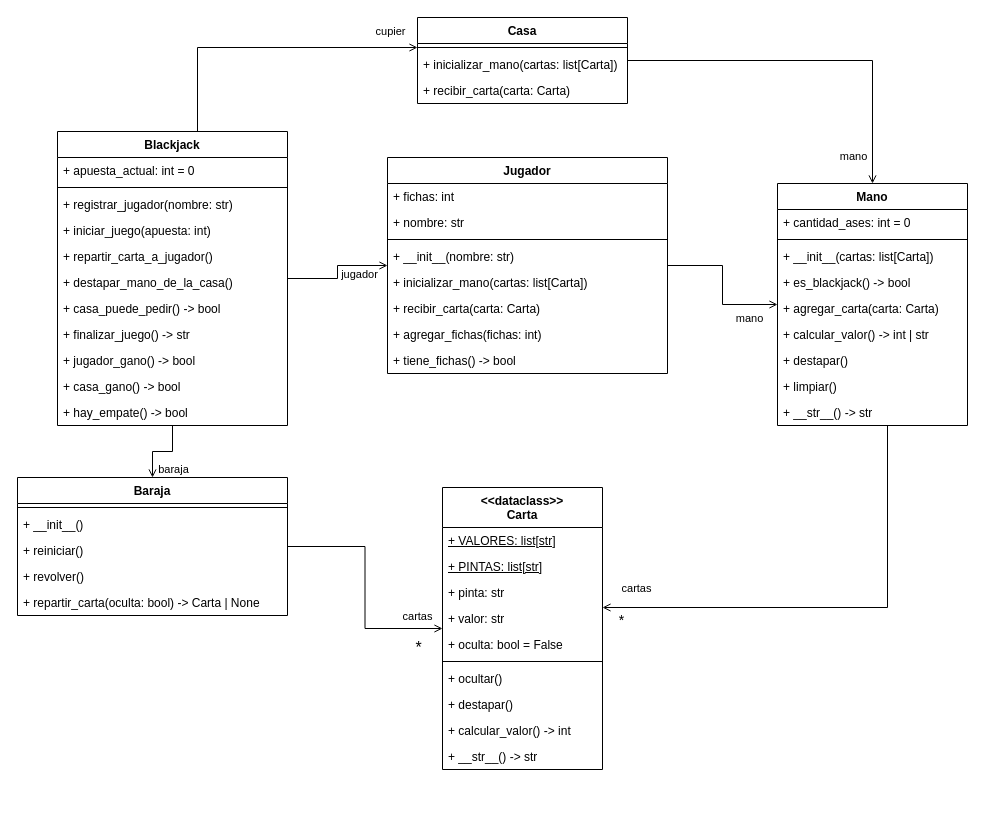
Earlier version of the draw.io diagram page "Modelo diseño v1" (2 of 2) of docs/class-model-blackjack.drawio (jahlonteaching/blackjack-game-2025). Source tidied: cells renumbered, new cells numbered last; positions are measured from the earlier drawing's top-left corner, leaving out a move shared by most shapes. Both pictures are drawn from the tidied source at 100%, with x=0, y=0 at pixel (17, 17).
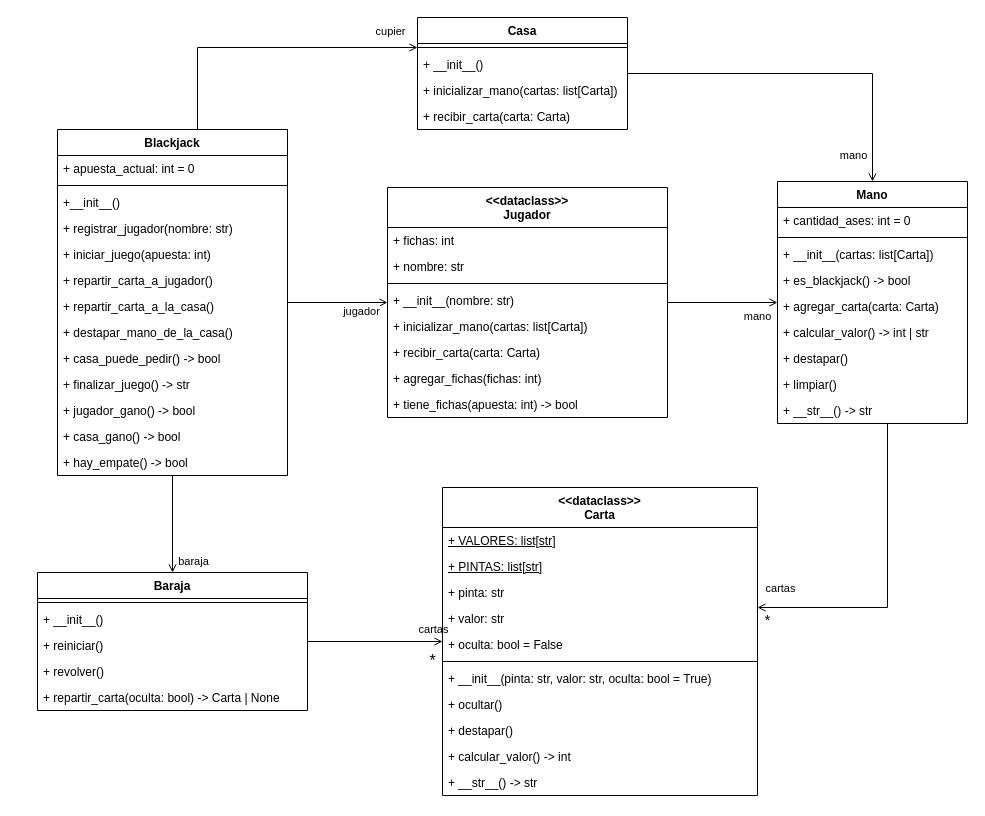
The same diagram, later.

Commit message:
Update class model

The edit, as a diff of the source:
```diff
@@
     <mxCell id="8" value="Blackjack" style="swimlane;fontStyle=1;align=center;verticalAlign=top;horizontal=1;startSize=26;whiteSpace=wrap;html=1;" parent="1" vertex="1">
-      <mxGeometry x="40" y="114" width="230" height="294" as="geometry" />
+      <mxGeometry x="40" y="112" width="230" height="346" as="geometry" />
     </mxCell>
@@
+    <mxCell id="70" value="+__init__()" style="text;strokeColor=none;fillColor=none;align=left;verticalAlign=top;spacingLeft=4;spacingRight=4;overflow=hidden;whiteSpace=wrap;html=1;" parent="8" vertex="1">
+      <mxGeometry y="60" width="230" height="26" as="geometry" />
+    </mxCell>
     <mxCell id="11" value="+ registrar_jugador(nombre: str)" style="text;strokeColor=none;fillColor=none;align=left;verticalAlign=top;spacingLeft=4;spacingRight=4;overflow=hidden;whiteSpace=wrap;html=1;" parent="8" vertex="1">
-      <mxGeometry y="60" width="230" height="26" as="geometry" />
+      <mxGeometry y="86" width="230" height="26" as="geometry" />
     </mxCell>
     <mxCell id="12" value="+ iniciar_juego(apuesta: int)" style="text;strokeColor=none;fillColor=none;align=left;verticalAlign=top;spacingLeft=4;spacingRight=4;overflow=hidden;whiteSpace=wrap;html=1;" parent="8" vertex="1">
-      <mxGeometry y="86" width="230" height="26" as="geometry" />
+      <mxGeometry y="112" width="230" height="26" as="geometry" />
     </mxCell>
     <mxCell id="13" value="+ repartir_carta_a_jugador()" style="text;strokeColor=none;fillColor=none;align=left;verticalAlign=top;spacingLeft=4;spacingRight=4;overflow=hidden;whiteSpace=wrap;html=1;" parent="8" vertex="1">
-      <mxGeometry y="112" width="230" height="26" as="geometry" />
+      <mxGeometry y="138" width="230" height="26" as="geometry" />
     </mxCell>
+    <mxCell id="71" value="+ repartir_carta_a_la_casa()" style="text;strokeColor=none;fillColor=none;align=left;verticalAlign=top;spacingLeft=4;spacingRight=4;overflow=hidden;whiteSpace=wrap;html=1;" parent="8" vertex="1">
+      <mxGeometry y="164" width="230" height="26" as="geometry" />
+    </mxCell>
     <mxCell id="14" value="+ destapar_mano_de_la_casa()" style="text;strokeColor=none;fillColor=none;align=left;verticalAlign=top;spacingLeft=4;spacingRight=4;overflow=hidden;whiteSpace=wrap;html=1;" parent="8" vertex="1">
-      <mxGeometry y="138" width="230" height="26" as="geometry" />
+      <mxGeometry y="190" width="230" height="26" as="geometry" />
     </mxCell>
     <mxCell id="15" value="+ casa_puede_pedir() -&amp;gt; bool" style="text;strokeColor=none;fillColor=none;align=left;verticalAlign=top;spacingLeft=4;spacingRight=4;overflow=hidden;whiteSpace=wrap;html=1;" parent="8" vertex="1">
-      <mxGeometry y="164" width="230" height="26" as="geometry" />
+      <mxGeometry y="216" width="230" height="26" as="geometry" />
     </mxCell>
     <mxCell id="16" value="+ finalizar_juego() -&amp;gt; str" style="text;strokeColor=none;fillColor=none;align=left;verticalAlign=top;spacingLeft=4;spacingRight=4;overflow=hidden;whiteSpace=wrap;html=1;" parent="8" vertex="1">
-      <mxGeometry y="190" width="230" height="26" as="geometry" />
+      <mxGeometry y="242" width="230" height="26" as="geometry" />
     </mxCell>
     <mxCell id="17" value="+ jugador_gano() -&amp;gt; bool" style="text;strokeColor=none;fillColor=none;align=left;verticalAlign=top;spacingLeft=4;spacingRight=4;overflow=hidden;whiteSpace=wrap;html=1;" parent="8" vertex="1">
-      <mxGeometry y="216" width="230" height="26" as="geometry" />
+      <mxGeometry y="268" width="230" height="26" as="geometry" />
     </mxCell>
     <mxCell id="18" value="+ casa_gano() -&amp;gt; bool" style="text;strokeColor=none;fillColor=none;align=left;verticalAlign=top;spacingLeft=4;spacingRight=4;overflow=hidden;whiteSpace=wrap;html=1;" parent="8" vertex="1">
-      <mxGeometry y="242" width="230" height="26" as="geometry" />
+      <mxGeometry y="294" width="230" height="26" as="geometry" />
     </mxCell>
     <mxCell id="19" value="+ hay_empate() -&amp;gt; bool" style="text;strokeColor=none;fillColor=none;align=left;verticalAlign=top;spacingLeft=4;spacingRight=4;overflow=hidden;whiteSpace=wrap;html=1;" parent="8" vertex="1">
-      <mxGeometry y="268" width="230" height="26" as="geometry" />
+      <mxGeometry y="320" width="230" height="26" as="geometry" />
     </mxCell>
@@
     <mxCell id="23" value="Baraja" style="swimlane;fontStyle=1;align=center;verticalAlign=top;horizontal=1;startSize=26;whiteSpace=wrap;html=1;" parent="1" vertex="1">
-      <mxGeometry y="460" width="270" height="138" as="geometry" />
+      <mxGeometry x="20" y="555" width="270" height="138" as="geometry" />
     </mxCell>
@@
-    <mxCell id="31" value="Jugador" style="swimlane;fontStyle=1;align=center;verticalAlign=top;horizontal=1;startSize=26;whiteSpace=wrap;html=1;" parent="1" vertex="1">
-      <mxGeometry x="370" y="140" width="280" height="216" as="geometry" />
+    <mxCell id="31" value="&amp;lt;&amp;lt;dataclass&amp;gt;&amp;gt;&lt;br&gt;Jugador" style="swimlane;fontStyle=1;align=center;verticalAlign=top;horizontal=1;startSize=40;whiteSpace=wrap;html=1;" parent="1" vertex="1">
+      <mxGeometry x="370" y="170" width="280" height="230" as="geometry" />
     </mxCell>
     <mxCell id="32" value="+ fichas: int" style="text;strokeColor=none;fillColor=none;align=left;verticalAlign=top;spacingLeft=4;spacingRight=4;overflow=hidden;whiteSpace=wrap;html=1;" parent="31" vertex="1">
-      <mxGeometry y="26" width="280" height="26" as="geometry" />
+      <mxGeometry y="40" width="280" height="26" as="geometry" />
     </mxCell>
     <mxCell id="33" value="+ nombre: str" style="text;strokeColor=none;fillColor=none;align=left;verticalAlign=top;spacingLeft=4;spacingRight=4;overflow=hidden;whiteSpace=wrap;html=1;" parent="31" vertex="1">
-      <mxGeometry y="52" width="280" height="26" as="geometry" />
+      <mxGeometry y="66" width="280" height="26" as="geometry" />
     </mxCell>
     <mxCell id="34" style="line;strokeWidth=1;fillColor=none;align=left;verticalAlign=middle;spacingTop=-1;spacingLeft=3;spacingRight=3;labelPosition=right;strokeColor=inherit;" parent="31" vertex="1">
-      <mxGeometry y="78" width="280" height="8" as="geometry" />
+      <mxGeometry y="92" width="280" height="8" as="geometry" />
     </mxCell>
     <mxCell id="35" value="+ __init__(nombre: str)" style="text;strokeColor=none;fillColor=none;align=left;verticalAlign=top;spacingLeft=4;spacingRight=4;overflow=hidden;whiteSpace=wrap;html=1;" parent="31" vertex="1">
-      <mxGeometry y="86" width="280" height="26" as="geometry" />
+      <mxGeometry y="100" width="280" height="26" as="geometry" />
     </mxCell>
     <mxCell id="36" value="+ inicializar_mano(cartas: list[Carta])" style="text;strokeColor=none;fillColor=none;align=left;verticalAlign=top;spacingLeft=4;spacingRight=4;overflow=hidden;whiteSpace=wrap;html=1;" parent="31" vertex="1">
-      <mxGeometry y="112" width="280" height="26" as="geometry" />
+      <mxGeometry y="126" width="280" height="26" as="geometry" />
     </mxCell>
     <mxCell id="37" value="+ recibir_carta(carta: Carta)" style="text;strokeColor=none;fillColor=none;align=left;verticalAlign=top;spacingLeft=4;spacingRight=4;overflow=hidden;whiteSpace=wrap;html=1;" parent="31" vertex="1">
-      <mxGeometry y="138" width="280" height="26" as="geometry" />
+      <mxGeometry y="152" width="280" height="26" as="geometry" />
     </mxCell>
     <mxCell id="38" value="+ agregar_fichas(fichas: int)" style="text;strokeColor=none;fillColor=none;align=left;verticalAlign=top;spacingLeft=4;spacingRight=4;overflow=hidden;whiteSpace=wrap;html=1;" parent="31" vertex="1">
-      <mxGeometry y="164" width="280" height="26" as="geometry" />
+      <mxGeometry y="178" width="280" height="26" as="geometry" />
     </mxCell>
-    <mxCell id="39" value="+ tiene_fichas() -&amp;gt; bool" style="text;strokeColor=none;fillColor=none;align=left;verticalAlign=top;spacingLeft=4;spacingRight=4;overflow=hidden;whiteSpace=wrap;html=1;" parent="31" vertex="1">
-      <mxGeometry y="190" width="280" height="26" as="geometry" />
+    <mxCell id="39" value="+ tiene_fichas(apuesta: int) -&amp;gt; bool" style="text;strokeColor=none;fillColor=none;align=left;verticalAlign=top;spacingLeft=4;spacingRight=4;overflow=hidden;whiteSpace=wrap;html=1;" parent="31" vertex="1">
+      <mxGeometry y="204" width="280" height="26" as="geometry" />
     </mxCell>
     <mxCell id="40" value="&amp;lt;&amp;lt;dataclass&amp;gt;&amp;gt;&lt;br&gt;Carta" style="swimlane;fontStyle=1;align=center;verticalAlign=top;horizontal=1;startSize=40;whiteSpace=wrap;html=1;" parent="1" vertex="1">
-      <mxGeometry x="425" y="470" width="160" height="282" as="geometry" />
+      <mxGeometry x="425" y="470" width="315" height="308" as="geometry" />
     </mxCell>
     <mxCell id="41" value="+ VALORES: list[str]" style="text;strokeColor=none;fillColor=none;align=left;verticalAlign=top;spacingLeft=4;spacingRight=4;overflow=hidden;whiteSpace=wrap;html=1;fontStyle=4;" parent="40" vertex="1">
-      <mxGeometry y="40" width="160" height="26" as="geometry" />
+      <mxGeometry y="40" width="315" height="26" as="geometry" />
     </mxCell>
     <mxCell id="42" value="+ PINTAS: list[str]" style="text;strokeColor=none;fillColor=none;align=left;verticalAlign=top;spacingLeft=4;spacingRight=4;overflow=hidden;whiteSpace=wrap;html=1;fontStyle=4;" parent="40" vertex="1">
-      <mxGeometry y="66" width="160" height="26" as="geometry" />
+      <mxGeometry y="66" width="315" height="26" as="geometry" />
     </mxCell>
     <mxCell id="43" value="+ pinta: str" style="text;strokeColor=none;fillColor=none;align=left;verticalAlign=top;spacingLeft=4;spacingRight=4;overflow=hidden;whiteSpace=wrap;html=1;" parent="40" vertex="1">
-      <mxGeometry y="92" width="160" height="26" as="geometry" />
+      <mxGeometry y="92" width="315" height="26" as="geometry" />
     </mxCell>
     <mxCell id="44" value="+ valor: str" style="text;strokeColor=none;fillColor=none;align=left;verticalAlign=top;spacingLeft=4;spacingRight=4;overflow=hidden;whiteSpace=wrap;html=1;" parent="40" vertex="1">
-      <mxGeometry y="118" width="160" height="26" as="geometry" />
+      <mxGeometry y="118" width="315" height="26" as="geometry" />
     </mxCell>
     <mxCell id="45" value="+ oculta: bool = False" style="text;strokeColor=none;fillColor=none;align=left;verticalAlign=top;spacingLeft=4;spacingRight=4;overflow=hidden;whiteSpace=wrap;html=1;" parent="40" vertex="1">
-      <mxGeometry y="144" width="160" height="26" as="geometry" />
+      <mxGeometry y="144" width="315" height="26" as="geometry" />
     </mxCell>
     <mxCell id="46" style="line;strokeWidth=1;fillColor=none;align=left;verticalAlign=middle;spacingTop=-1;spacingLeft=3;spacingRight=3;labelPosition=right;strokeColor=inherit;" parent="40" vertex="1">
-      <mxGeometry y="170" width="160" height="8" as="geometry" />
+      <mxGeometry y="170" width="315" height="8" as="geometry" />
     </mxCell>
+    <mxCell id="72" value="+ __init__(pinta: str, valor: str, oculta: bool = True)" style="text;strokeColor=none;fillColor=none;align=left;verticalAlign=top;spacingLeft=4;spacingRight=4;overflow=hidden;whiteSpace=wrap;html=1;" parent="40" vertex="1">
+      <mxGeometry y="178" width="315" height="26" as="geometry" />
+    </mxCell>
     <mxCell id="47" value="+ ocultar()" style="text;strokeColor=none;fillColor=none;align=left;verticalAlign=top;spacingLeft=4;spacingRight=4;overflow=hidden;whiteSpace=wrap;html=1;" parent="40" vertex="1">
-      <mxGeometry y="178" width="160" height="26" as="geometry" />
+      <mxGeometry y="204" width="315" height="26" as="geometry" />
     </mxCell>
     <mxCell id="48" value="+ destapar()" style="text;strokeColor=none;fillColor=none;align=left;verticalAlign=top;spacingLeft=4;spacingRight=4;overflow=hidden;whiteSpace=wrap;html=1;" parent="40" vertex="1">
-      <mxGeometry y="204" width="160" height="26" as="geometry" />
+      <mxGeometry y="230" width="315" height="26" as="geometry" />
     </mxCell>
     <mxCell id="49" value="+ calcular_valor() -&amp;gt; int" style="text;strokeColor=none;fillColor=none;align=left;verticalAlign=top;spacingLeft=4;spacingRight=4;overflow=hidden;whiteSpace=wrap;html=1;" parent="40" vertex="1">
-      <mxGeometry y="230" width="160" height="26" as="geometry" />
+      <mxGeometry y="256" width="315" height="26" as="geometry" />
     </mxCell>
     <mxCell id="50" value="+ __str__() -&amp;gt; str" style="text;strokeColor=none;fillColor=none;align=left;verticalAlign=top;spacingLeft=4;spacingRight=4;overflow=hidden;whiteSpace=wrap;html=1;" parent="40" vertex="1">
-      <mxGeometry y="256" width="160" height="26" as="geometry" />
+      <mxGeometry y="282" width="315" height="26" as="geometry" />
     </mxCell>
@@
     <mxCell id="54" value="Mano" style="swimlane;fontStyle=1;align=center;verticalAlign=top;horizontal=1;startSize=26;whiteSpace=wrap;html=1;" parent="1" vertex="1">
-      <mxGeometry x="760" y="166" width="190" height="242" as="geometry" />
+      <mxGeometry x="760" y="164" width="190" height="242" as="geometry" />
     </mxCell>
@@
     <mxCell id="66" value="Casa" style="swimlane;fontStyle=1;align=center;verticalAlign=top;horizontal=1;startSize=26;whiteSpace=wrap;html=1;" parent="1" vertex="1">
-      <mxGeometry x="400" width="210" height="86" as="geometry" />
+      <mxGeometry x="400" width="210" height="112" as="geometry" />
     </mxCell>
@@
+    <mxCell id="73" value="+ __init__()" style="text;strokeColor=none;fillColor=none;align=left;verticalAlign=top;spacingLeft=4;spacingRight=4;overflow=hidden;whiteSpace=wrap;html=1;" parent="66" vertex="1">
+      <mxGeometry y="34" width="210" height="26" as="geometry" />
+    </mxCell>
     <mxCell id="68" value="+ inicializar_mano(cartas: list[Carta])" style="text;strokeColor=none;fillColor=none;align=left;verticalAlign=top;spacingLeft=4;spacingRight=4;overflow=hidden;whiteSpace=wrap;html=1;" parent="66" vertex="1">
-      <mxGeometry y="34" width="210" height="26" as="geometry" />
+      <mxGeometry y="60" width="210" height="26" as="geometry" />
     </mxCell>
     <mxCell id="69" value="+ recibir_carta(carta: Carta)" style="text;strokeColor=none;fillColor=none;align=left;verticalAlign=top;spacingLeft=4;spacingRight=4;overflow=hidden;whiteSpace=wrap;html=1;" parent="66" vertex="1">
-      <mxGeometry y="60" width="210" height="26" as="geometry" />
+      <mxGeometry y="86" width="210" height="26" as="geometry" />
     </mxCell>
```
